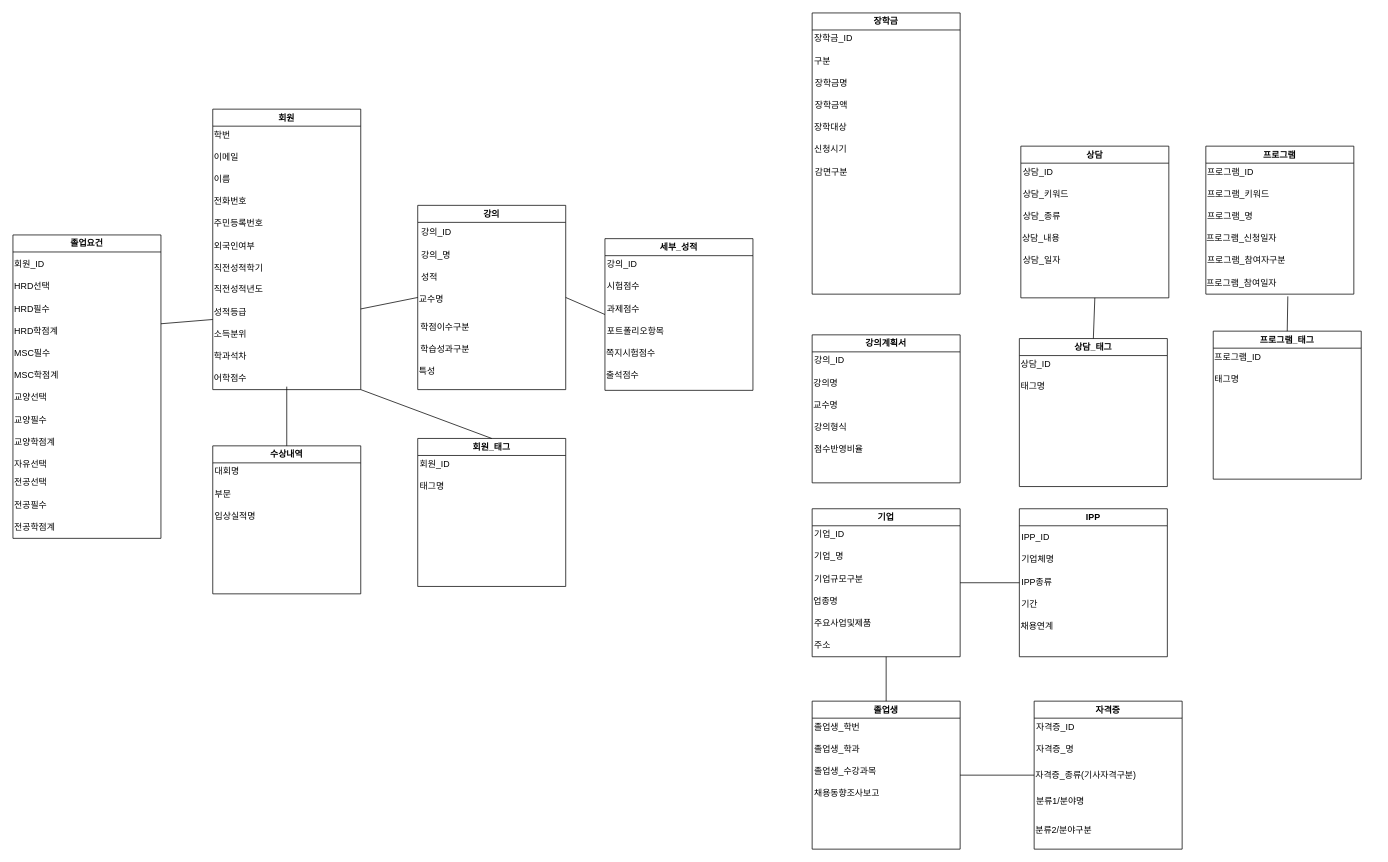
Above: Kody.drawio in KimEunSeop/Kody (draw.io), before the change. Source tidied: cells renumbered, new cells numbered last; positions are measured from the earlier drawing's top-left corner, leaving out a move shared by most shapes. Both pictures are drawn from the tidied source at 74%, with x=0, y=0 at pixel (13, 13).
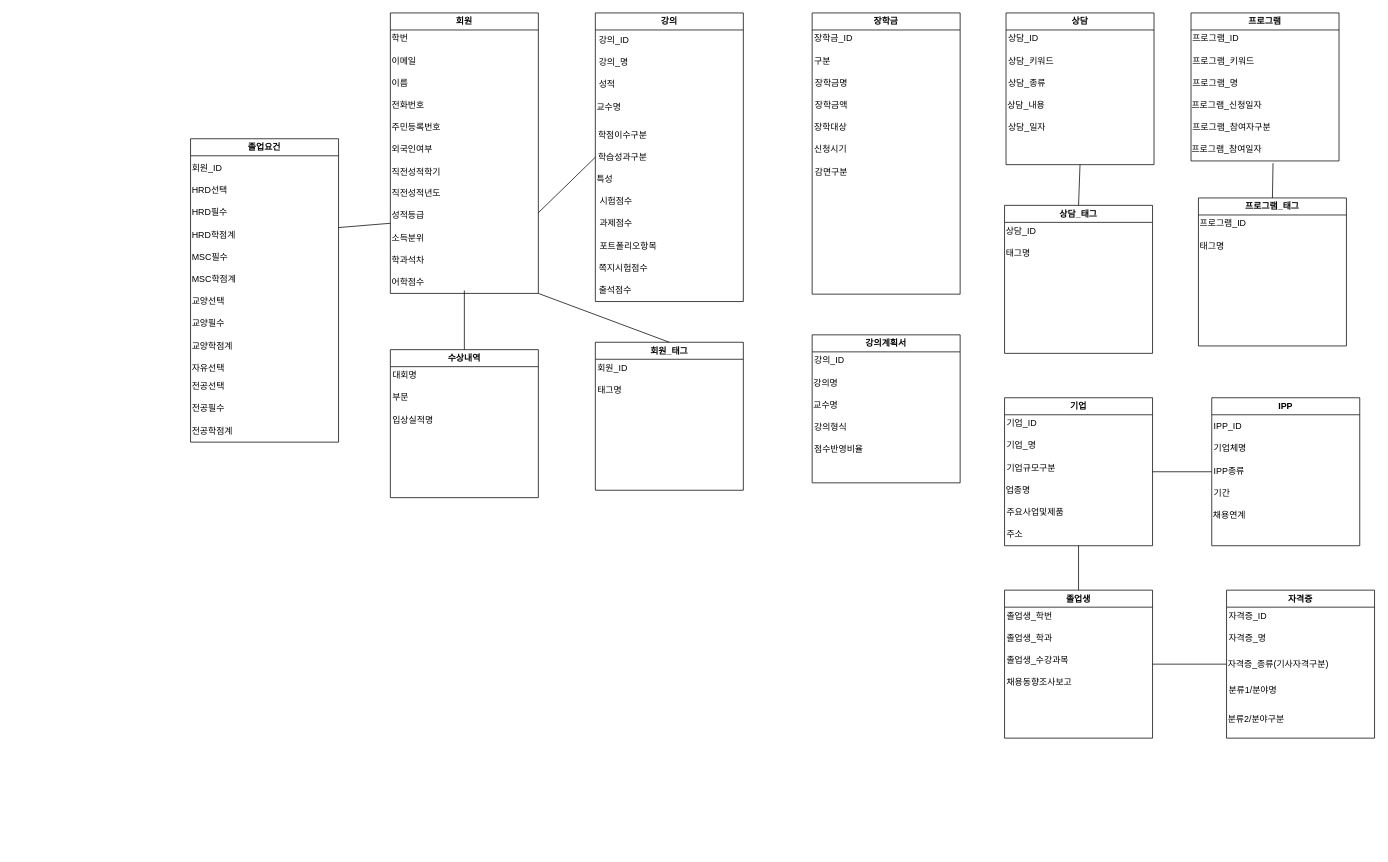
The same page after the edit.

Diff of the diagram source:
```diff
@@
     <mxCell id="2" value="회원" style="swimlane;whiteSpace=wrap;html=1;" parent="1" vertex="1">
-      <mxGeometry x="270" y="130" width="200" height="379" as="geometry" />
+      <mxGeometry x="510" width="200" height="379" as="geometry" />
     </mxCell>
@@
     <mxCell id="15" value="강의" style="swimlane;whiteSpace=wrap;html=1;startSize=23;" parent="1" vertex="1">
-      <mxGeometry x="547" y="260" width="200" height="249" as="geometry" />
+      <mxGeometry x="787" width="200" height="390" as="geometry" />
     </mxCell>
@@
+    <mxCell id="60" value="시험점수" style="text;html=1;align=left;verticalAlign=middle;strokeColor=none;fillColor=none;" parent="15" vertex="1">
+      <mxGeometry x="4" y="240" width="70" height="30" as="geometry" />
+    </mxCell>
+    <mxCell id="61" value="과제점수" style="text;html=1;align=left;verticalAlign=middle;strokeColor=none;fillColor=none;" parent="15" vertex="1">
+      <mxGeometry x="4" y="270" width="70" height="30" as="geometry" />
+    </mxCell>
+    <mxCell id="62" value="포트폴리오항목" style="text;html=1;align=left;verticalAlign=middle;strokeColor=none;fillColor=none;" parent="15" vertex="1">
+      <mxGeometry x="4" y="300" width="110" height="30" as="geometry" />
+    </mxCell>
+    <mxCell id="63" value="쪽지시험점수" style="text;html=1;align=left;verticalAlign=middle;strokeColor=none;fillColor=none;" parent="15" vertex="1">
+      <mxGeometry x="3" y="330" width="100" height="30" as="geometry" />
+    </mxCell>
+    <mxCell id="64" value="출석점수" style="text;html=1;align=left;verticalAlign=middle;strokeColor=none;fillColor=none;" parent="15" vertex="1">
+      <mxGeometry x="3" y="360" width="70" height="30" as="geometry" />
+    </mxCell>
     <mxCell id="23" value="졸업요건" style="swimlane;whiteSpace=wrap;html=1;" parent="1" vertex="1">
-      <mxGeometry y="300" width="200" height="410" as="geometry" />
+      <mxGeometry x="240" y="170" width="200" height="410" as="geometry" />
     </mxCell>
@@
     <mxCell id="37" value="기업" style="swimlane;whiteSpace=wrap;html=1;startSize=23;" parent="1" vertex="1">
-      <mxGeometry x="1080" y="670" width="200" height="200" as="geometry" />
+      <mxGeometry x="1340" y="520" width="200" height="200" as="geometry" />
     </mxCell>
@@
     <mxCell id="44" value="자격증" style="swimlane;whiteSpace=wrap;html=1;startSize=23;" parent="1" vertex="1">
-      <mxGeometry x="1380" y="930" width="200" height="200" as="geometry" />
+      <mxGeometry x="1640" y="780" width="200" height="200" as="geometry" />
     </mxCell>
@@
     <mxCell id="50" value="졸업생" style="swimlane;whiteSpace=wrap;html=1;startSize=23;" parent="1" vertex="1">
-      <mxGeometry x="1080" y="930" width="200" height="200" as="geometry" />
+      <mxGeometry x="1340" y="780" width="200" height="200" as="geometry" />
     </mxCell>
@@
     <mxCell id="57" style="endArrow=none;html=1;rounded=0;entryX=0;entryY=0.5;entryDx=0;entryDy=0;" parent="1" edge="1" target="15">
       <mxGeometry relative="1" as="geometry">
-        <mxPoint x="470" y="400" as="sourcePoint" />
+        <mxPoint x="710" y="270" as="sourcePoint" />
       </mxGeometry>
     </mxCell>
-    <mxCell id="58" value="세부_성적" style="swimlane;whiteSpace=wrap;html=1;startSize=23;" parent="1" vertex="1">
-      <mxGeometry x="800" y="305" width="200" height="205" as="geometry" />
-    </mxCell>
-    <mxCell id="59" value="강의_ID" style="text;html=1;align=left;verticalAlign=middle;strokeColor=none;fillColor=none;" parent="58" vertex="1">
-      <mxGeometry x="1" y="20" width="70" height="30" as="geometry" />
-    </mxCell>
-    <mxCell id="60" value="시험점수" style="text;html=1;align=left;verticalAlign=middle;strokeColor=none;fillColor=none;" parent="58" vertex="1">
-      <mxGeometry x="1" y="50" width="70" height="30" as="geometry" />
-    </mxCell>
-    <mxCell id="61" value="과제점수" style="text;html=1;align=left;verticalAlign=middle;strokeColor=none;fillColor=none;" parent="58" vertex="1">
-      <mxGeometry x="1" y="80" width="70" height="30" as="geometry" />
-    </mxCell>
-    <mxCell id="62" value="포트폴리오항목" style="text;html=1;align=left;verticalAlign=middle;strokeColor=none;fillColor=none;" parent="58" vertex="1">
-      <mxGeometry x="1" y="110" width="110" height="30" as="geometry" />
-    </mxCell>
-    <mxCell id="63" value="쪽지시험점수" style="text;html=1;align=left;verticalAlign=middle;strokeColor=none;fillColor=none;" parent="58" vertex="1">
-      <mxGeometry y="140" width="100" height="30" as="geometry" />
-    </mxCell>
-    <mxCell id="64" value="출석점수" style="text;html=1;align=left;verticalAlign=middle;strokeColor=none;fillColor=none;" parent="58" vertex="1">
-      <mxGeometry y="170" width="70" height="30" as="geometry" />
-    </mxCell>
-    <mxCell id="65" style="endArrow=none;html=1;rounded=0;entryX=0;entryY=0.5;entryDx=0;entryDy=0;exitX=1;exitY=0.5;exitDx=0;exitDy=0;" parent="1" edge="1" source="15" target="58">
-      <mxGeometry relative="1" as="geometry" />
-    </mxCell>
     <mxCell id="66" value="수상내역" style="swimlane;whiteSpace=wrap;html=1;startSize=23;" parent="1" vertex="1">
-      <mxGeometry x="270" y="585" width="200" height="200" as="geometry" />
+      <mxGeometry x="510" y="455" width="200" height="200" as="geometry" />
     </mxCell>
@@
     <mxCell id="70" style="endArrow=none;html=1;rounded=0;exitX=0.5;exitY=0;exitDx=0;exitDy=0;" parent="1" edge="1" source="66">
       <mxGeometry relative="1" as="geometry">
-        <mxPoint x="370" y="505" as="targetPoint" />
+        <mxPoint x="610" y="375" as="targetPoint" />
       </mxGeometry>
     </mxCell>
     <mxCell id="71" value="프로그램_태그" style="swimlane;whiteSpace=wrap;html=1;startSize=23;" parent="1" vertex="1">
-      <mxGeometry x="1622" y="430" width="200" height="200" as="geometry" />
+      <mxGeometry x="1602" y="250" width="200" height="200" as="geometry" />
     </mxCell>
@@
     <mxCell id="74" value="상담_태그" style="swimlane;whiteSpace=wrap;html=1;startSize=23;" parent="1" vertex="1">
-      <mxGeometry x="1360" y="440" width="200" height="200" as="geometry" />
+      <mxGeometry x="1340" y="260" width="200" height="200" as="geometry" />
     </mxCell>
@@
     <mxCell id="77" value="회원_태그" style="swimlane;whiteSpace=wrap;html=1;startSize=23;" parent="1" vertex="1">
-      <mxGeometry x="547" y="575" width="200" height="200" as="geometry" />
+      <mxGeometry x="787" y="445" width="200" height="200" as="geometry" />
     </mxCell>
@@
     <mxCell id="95" value="IPP" style="swimlane;whiteSpace=wrap;html=1;startSize=23;" parent="1" vertex="1">
-      <mxGeometry x="1360" y="670" width="200" height="200" as="geometry" />
+      <mxGeometry x="1620" y="520" width="200" height="200" as="geometry" />
     </mxCell>
@@
     <mxCell id="102" value="상담" style="swimlane;whiteSpace=wrap;html=1;startSize=23;" parent="1" vertex="1">
-      <mxGeometry x="1362" y="180" width="200" height="205" as="geometry" />
+      <mxGeometry x="1342" width="200" height="205" as="geometry" />
     </mxCell>
@@
     <mxCell id="108" value="프로그램" style="swimlane;whiteSpace=wrap;html=1;startSize=23;" parent="1" vertex="1">
-      <mxGeometry x="1612" y="180" width="200" height="200" as="geometry" />
+      <mxGeometry x="1592" width="200" height="200" as="geometry" />
     </mxCell>
@@
     <mxCell id="117" style="endArrow=none;html=1;rounded=0;exitX=0;exitY=0.75;exitDx=0;exitDy=0;" parent="1" edge="1" source="2">
       <mxGeometry relative="1" as="geometry">
-        <mxPoint x="200" y="420" as="targetPoint" />
+        <mxPoint x="440" y="290" as="targetPoint" />
       </mxGeometry>
     </mxCell>
```
